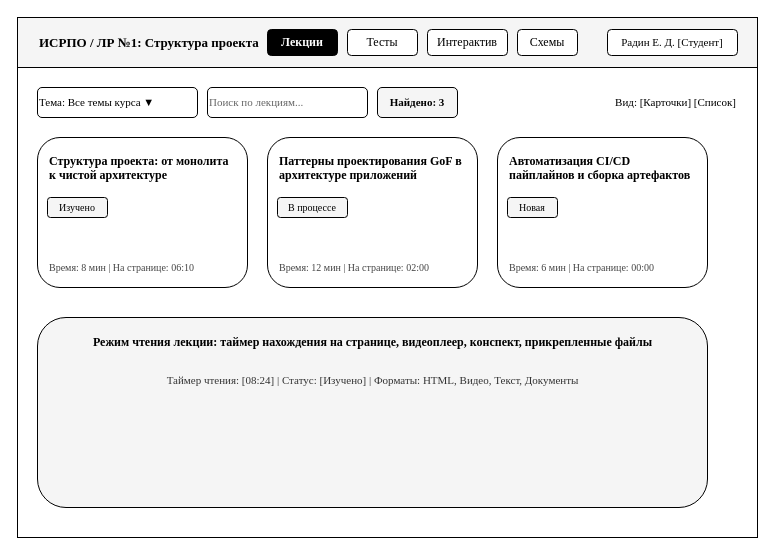
Earlier version of the draw.io diagram page "1. Макет модуля лекций" (1 of 3) of docs/LabWork1.drawio (RuttiTuttii/ISPRO-LabWork1). Source tidied: cells renumbered, new cells numbered last; positions are measured from the earlier drawing's top-left corner, leaving out a move shared by most shapes. Both pictures are drawn from the tidied source at 100%, with x=0, y=0 at pixel (17, 17).
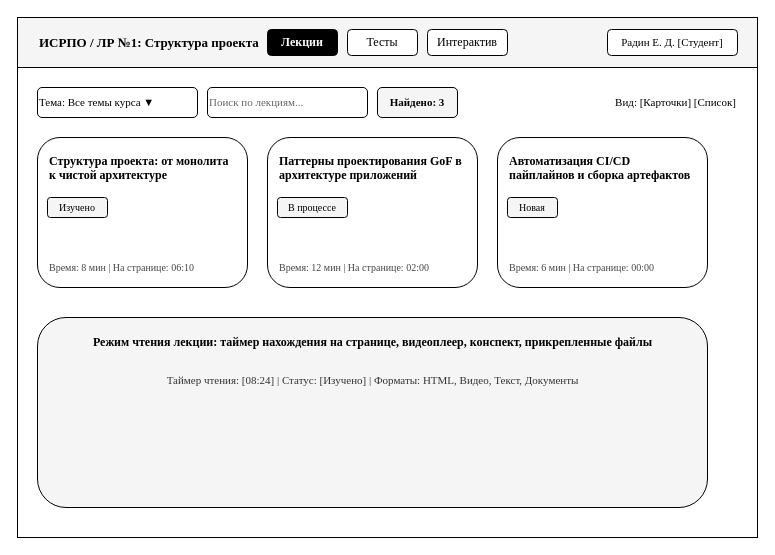
After the change.

Change to the diagram source:
```diff
@@
-    <mxCell id="8" value="Схемы" style="rounded=1;whiteSpace=wrap;html=1;strokeColor=#000000;fillColor=#FFFFFF;fontFamily=Times New Roman;fontSize=12;fontColor=#000000;" parent="1" vertex="1">
-      <mxGeometry x="500" y="12" width="60" height="26" as="geometry" />
-    </mxCell>
```
